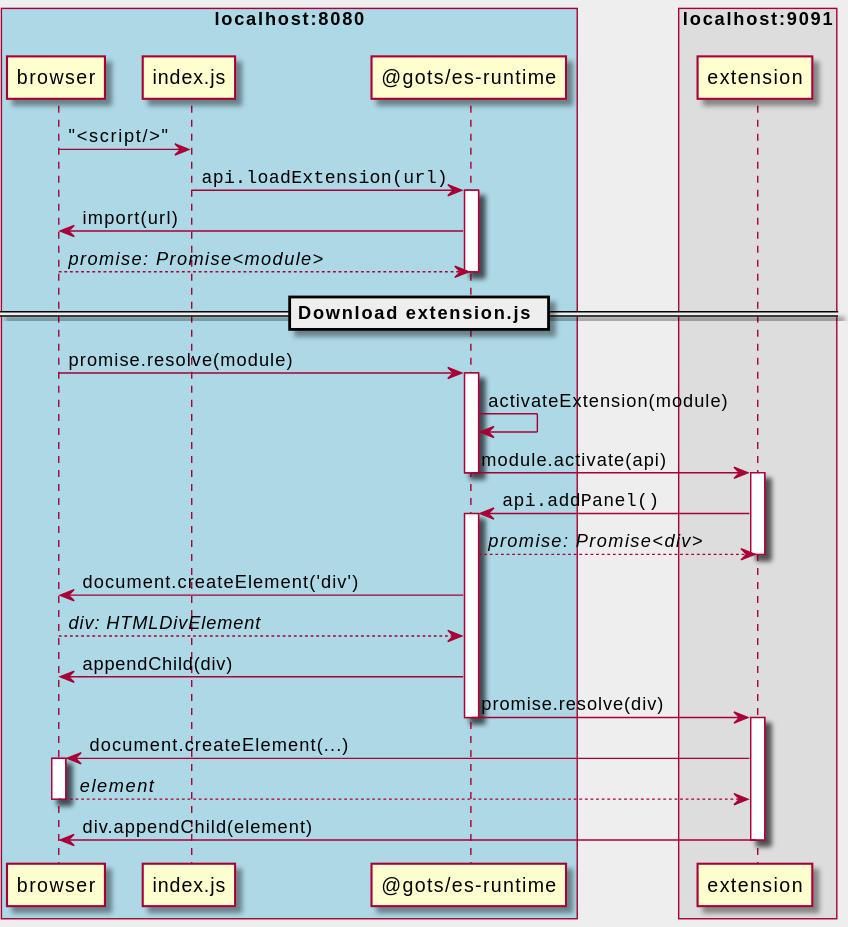
Earlier version of the PlantUML export out/Extension-Adding-Panel/Extension-Adding-Panel.svg (MoebiusSolutions/extension-scaffold).
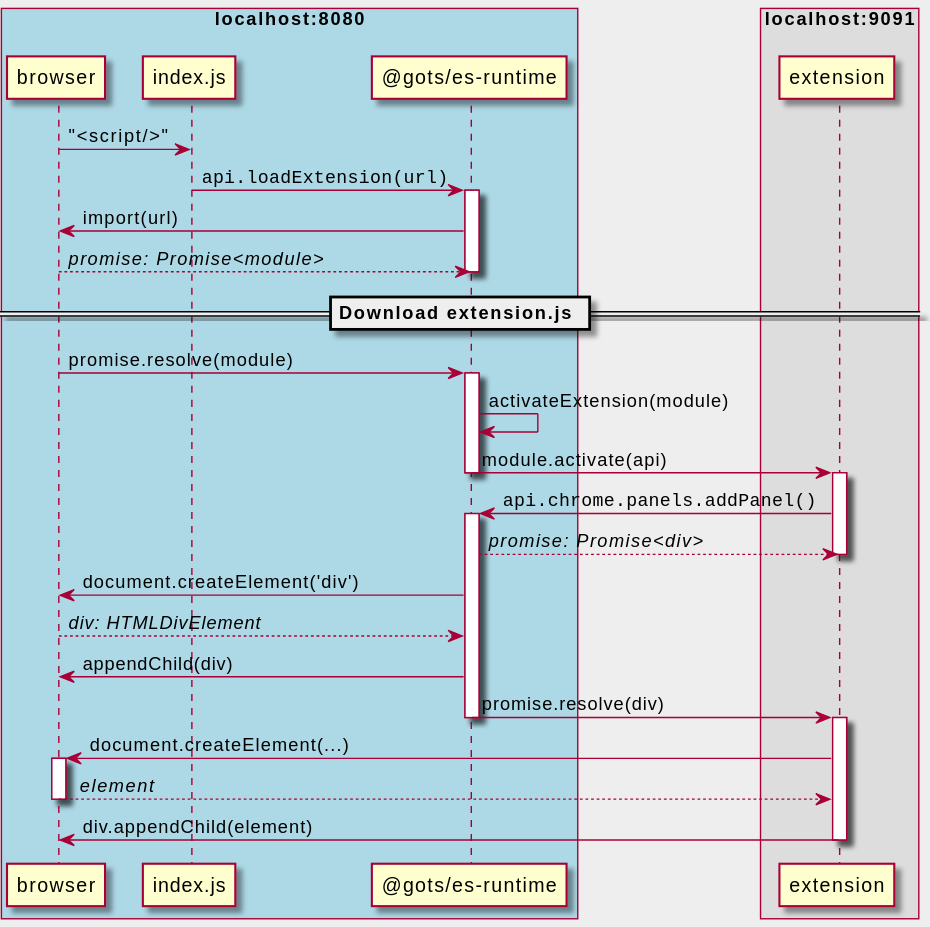
Later version of the same file.

What changed in the source:
```diff
@@ -30,7 +30,7 @@
 deactivate runtime
 activate extension
 
-extension -> runtime : ""api.addPanel()""
+extension -> runtime : ""api.chrome.panels.addPanel()""
 activate runtime
 extension <-- runtime : //promise: Promise<div>//
 deactivate extension
```
